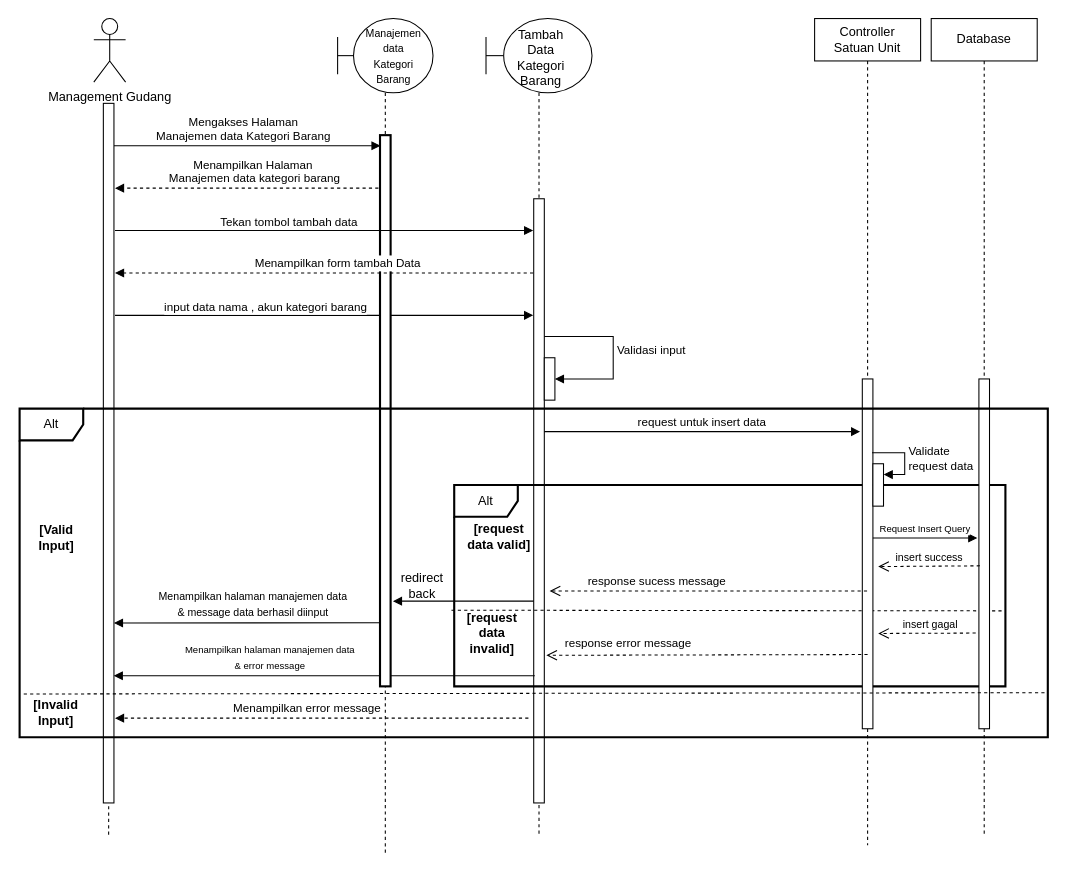
Before: Seq  Insert item_category.drawio in Mahardika23/SAccounting, a draw.io diagram. Source tidied: cells renumbered, new cells numbered last; positions are measured from the earlier drawing's top-left corner, leaving out a move shared by most shapes. Both pictures are drawn from the tidied source at 106%, with x=0, y=0 at pixel (18, 18).
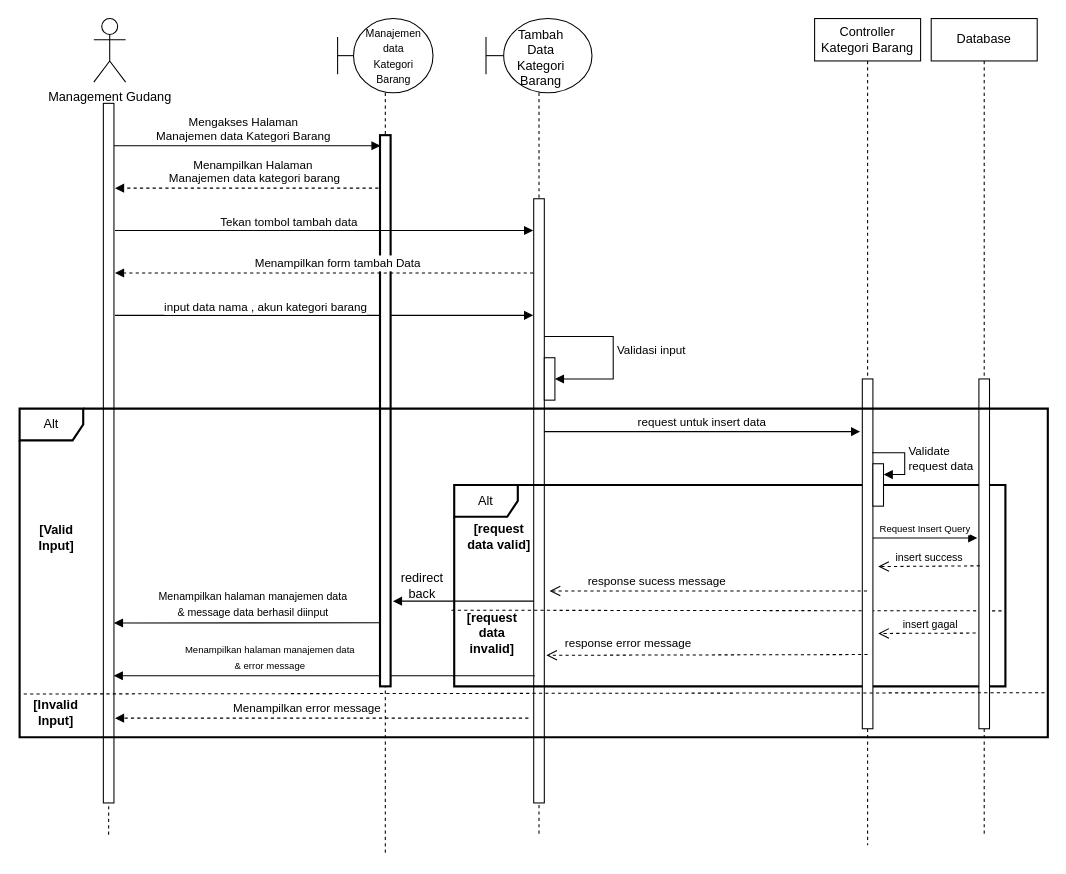
Above is the later version.

Change to the diagram source:
```diff
@@
-    <mxCell id="28" value="Controller&lt;br&gt;Satuan Unit" style="shape=umlLifeline;perimeter=lifelinePerimeter;whiteSpace=wrap;html=1;" parent="1" vertex="1">
+    <mxCell id="28" value="Controller&lt;br&gt;Kategori Barang" style="shape=umlLifeline;perimeter=lifelinePerimeter;whiteSpace=wrap;html=1;" parent="1" vertex="1">
       <mxGeometry x="751" width="100" height="780" as="geometry" />
     </mxCell>
```
